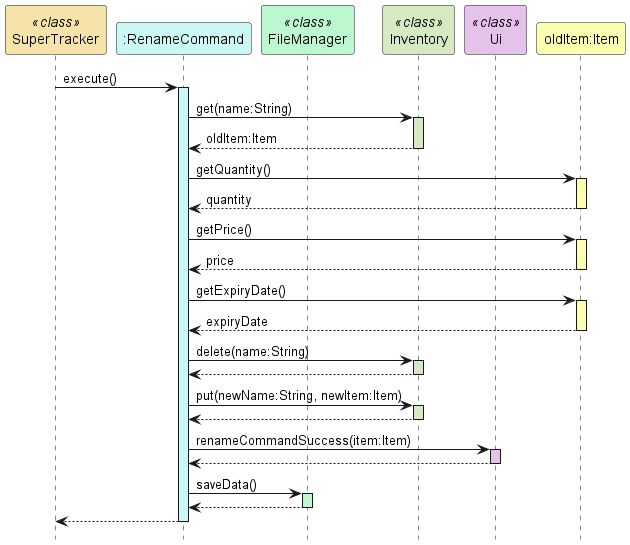
Above: docs/uml-diagrams/RenameCommandSequence.png in rismm/tp (PlantUML), before the change.
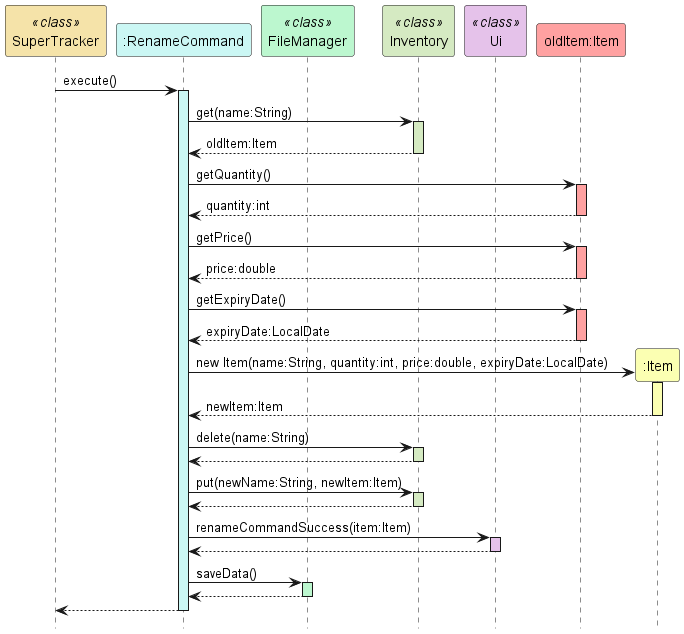
After the change.

What changed in the source:
```diff
@@ -5,7 +5,8 @@
 participant "FileManager" as FileManager <<class>> #bcf7cf
 participant "Inventory" as Inventory <<class>> #d5eac2
 participant "Ui" as Ui <<class>> #e5c2ea
-participant "oldItem:Item" as Item #fbffb2
+participant "oldItem:Item" as oldItem #ffa1a1
+participant ":Item" as Item #fbffb2
 
 SuperTracker -> RenameCommand : execute()
 activate RenameCommand #cbf7f4
@@ -15,19 +16,24 @@
 Inventory --> RenameCommand : oldItem:Item
 deactivate Inventory
 
-RenameCommand -> Item: getQuantity()
+RenameCommand -> oldItem: getQuantity()
+activate oldItem #ffa1a1
+oldItem --> RenameCommand: quantity:int
+deactivate oldItem
+
+RenameCommand -> oldItem: getPrice()
+activate oldItem #ffa1a1
+oldItem --> RenameCommand: price:double
+deactivate oldItem
+
+RenameCommand -> oldItem: getExpiryDate()
+activate oldItem #ffa1a1
+oldItem --> RenameCommand: expiryDate:LocalDate
+deactivate oldItem
+
+RenameCommand -> Item ** : new Item(name:String, quantity:int, price:double, expiryDate:LocalDate)
 activate Item #fbffb2
-Item --> RenameCommand: quantity
-deactivate Item
-
-RenameCommand -> Item: getPrice()
-activate Item #fbffb2
-Item --> RenameCommand: price
-deactivate Item
-
-RenameCommand -> Item: getExpiryDate()
-activate Item #fbffb2
-Item --> RenameCommand: expiryDate
+Item --> RenameCommand : newItem:Item
 deactivate Item
 
 RenameCommand -> Inventory : delete(name:String)
```
